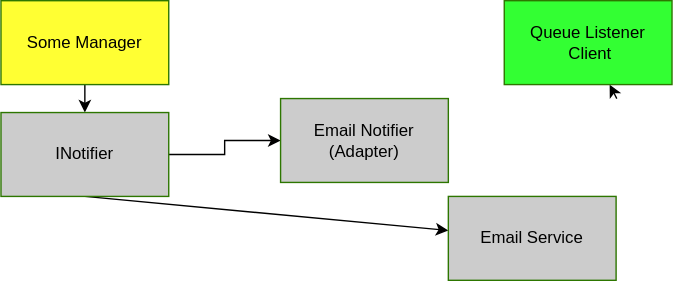
This is post-media/Notifications-Design/New-System-Diagram.drawio.svg from farlee2121/DevEssentialsBlog, a draw.io export, as it was before one commit. Source tidied: cells renumbered, new cells last; positions are measured from the earlier drawing's top-left corner, leaving out a move shared by most shapes.
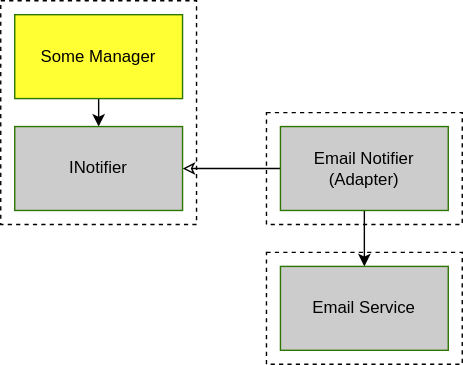
After the commit.

Commit message:
Finish diagrams for notification post

Change to the diagram source:
```diff
@@ -2,34 +2,35 @@
   <root>
     <mxCell id="0" />
     <mxCell id="1" parent="0" />
-    <mxCell id="2" style="edgeStyle=none;rounded=0;jettySize=auto;html=1;strokeColor=#000000;exitX=0.5;exitY=1;exitDx=0;exitDy=0;" parent="1" edge="1" source="8" target="10">
-      <mxGeometry relative="1" as="geometry" />
-    </mxCell>
-    <mxCell id="3" style="edgeStyle=none;rounded=0;jettySize=auto;html=1;strokeColor=#000000;" parent="1" edge="1" target="4">
-      <mxGeometry relative="1" as="geometry">
-        <mxPoint x="440.5" y="70" as="sourcePoint" />
-      </mxGeometry>
-    </mxCell>
-    <mxCell id="4" value="&lt;font color=&quot;#000000&quot;&gt;Queue Listener&lt;br&gt;&amp;nbsp;Client&lt;/font&gt;" style="rounded=0;whiteSpace=wrap;html=1;fillColor=#33FF33;strokeColor=#2D7600;fontColor=#ffffff;" parent="1" vertex="1">
-      <mxGeometry x="360" width="120" height="60" as="geometry" />
-    </mxCell>
+    <mxCell id="11" style="rounded=0;whiteSpace=wrap;html=1;fillColor=none;strokeColor=#000000;dashed=1;" parent="1" vertex="1">
+      <mxGeometry x="180" y="70" width="140" height="80" as="geometry" />
+    </mxCell>
+    <mxCell id="12" style="rounded=0;whiteSpace=wrap;html=1;fillColor=none;strokeColor=#000000;dashed=1;" parent="1" vertex="1">
+      <mxGeometry x="180" y="170" width="140" height="80" as="geometry" />
+    </mxCell>
     <mxCell id="5" style="edgeStyle=none;rounded=0;jettySize=auto;html=1;strokeColor=#000000;" parent="1" edge="1" source="6" target="8">
       <mxGeometry relative="1" as="geometry" />
     </mxCell>
     <mxCell id="6" value="&lt;font color=&quot;#000000&quot;&gt;Some Manager&lt;/font&gt;" style="rounded=0;whiteSpace=wrap;html=1;fillColor=#FFFF33;strokeColor=#2D7600;fontColor=#ffffff;" parent="1" vertex="1">
       <mxGeometry width="120" height="60" as="geometry" />
     </mxCell>
-    <mxCell id="7" style="edgeStyle=orthogonalEdgeStyle;rounded=0;jettySize=auto;html=1;" parent="1" edge="1" source="8" target="9">
-      <mxGeometry relative="1" as="geometry" />
-    </mxCell>
     <mxCell id="8" value="&lt;font color=&quot;#000000&quot;&gt;INotifier&lt;br&gt;&lt;/font&gt;" style="rounded=0;whiteSpace=wrap;html=1;fillColor=#CCCCCC;strokeColor=#2D7600;fontColor=#ffffff;" parent="1" vertex="1">
       <mxGeometry y="80" width="120" height="60" as="geometry" />
     </mxCell>
+    <mxCell id="13" style="edgeStyle=none;rounded=0;jettySize=auto;html=1;exitX=0.5;exitY=1;exitDx=0;exitDy=0;strokeColor=#000000;" parent="1" edge="1" source="9" target="10">
+      <mxGeometry relative="1" as="geometry" />
+    </mxCell>
+    <mxCell id="14" style="edgeStyle=orthogonalEdgeStyle;rounded=0;jettySize=auto;html=1;exitX=0;exitY=0.5;exitDx=0;exitDy=0;entryX=0.929;entryY=0.75;entryDx=0;entryDy=0;entryPerimeter=0;strokeColor=#000000;endArrow=classic;endFill=0;" parent="1" edge="1" source="9" target="15">
+      <mxGeometry relative="1" as="geometry" />
+    </mxCell>
     <mxCell id="9" value="&lt;font color=&quot;#000000&quot;&gt;Email Notifier (Adapter)&lt;br&gt;&lt;/font&gt;" style="rounded=0;whiteSpace=wrap;html=1;fillColor=#CCCCCC;strokeColor=#2D7600;fontColor=#ffffff;" parent="1" vertex="1">
-      <mxGeometry x="200" y="70" width="120" height="60" as="geometry" />
+      <mxGeometry x="190" y="80" width="120" height="60" as="geometry" />
     </mxCell>
     <mxCell id="10" value="&lt;font color=&quot;#000000&quot;&gt;Email Service&lt;/font&gt;" style="rounded=0;whiteSpace=wrap;html=1;fillColor=#CCCCCC;strokeColor=#2D7600;fontColor=#ffffff;" parent="1" vertex="1">
-      <mxGeometry x="320" y="140" width="120" height="60" as="geometry" />
+      <mxGeometry x="190" y="180" width="120" height="60" as="geometry" />
     </mxCell>
+    <mxCell id="15" style="rounded=0;whiteSpace=wrap;html=1;fillColor=none;strokeColor=#000000;dashed=1;" parent="1" vertex="1">
+      <mxGeometry x="-10" y="-10" width="140" height="160" as="geometry" />
+    </mxCell>
   </root>
 </mxGraphModel>
```
